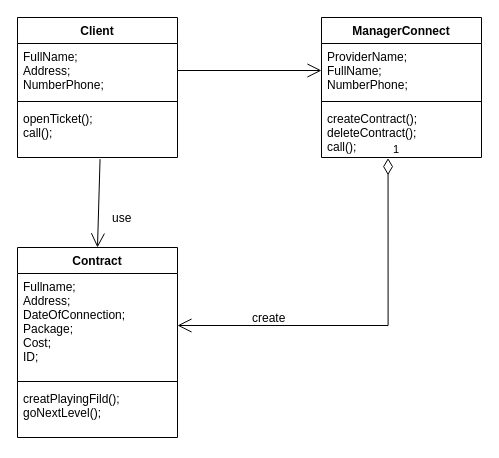
Before: UML-diagramm.drawio in Maks151702/Kyrsach_OOP, a draw.io diagram. Source tidied: cells renumbered, new cells numbered last; positions are measured from the earlier drawing's top-left corner, leaving out a move shared by most shapes. Both pictures are drawn from the tidied source at 100%, with x=0, y=0 at pixel (17, 17).
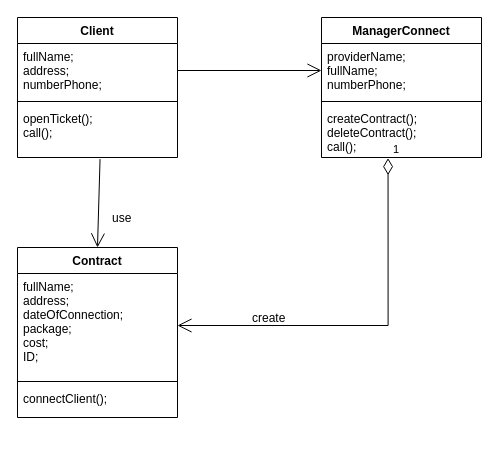
Above is the later version.

What changed in the source:
```diff
@@
 <mxGraphModel>
   <root>
     <mxCell id="0" />
     <mxCell id="1" parent="0" />
     <mxCell id="2" value="Contract" style="swimlane;fontStyle=1;align=center;verticalAlign=top;horizontal=1;startSize=26;" parent="1" vertex="1">
-      <mxGeometry y="230" width="160" height="190" as="geometry" />
+      <mxGeometry y="230" width="160" height="170" as="geometry" />
     </mxCell>
-    <mxCell id="3" value="Fullname;&#10;Address;&#10;DateOfConnection;&#10;Package;&#10;Cost;&#10;ID;" style="text;strokeColor=none;fillColor=none;align=left;verticalAlign=top;spacingLeft=4;spacingRight=4;overflow=hidden;points=[[0,0.5],[1,0.5]];portConstraint=eastwest;" parent="2" vertex="1">
+    <mxCell id="3" value="fullName;&#10;address;&#10;dateOfConnection;&#10;package;&#10;cost;&#10;ID;" style="text;strokeColor=none;fillColor=none;align=left;verticalAlign=top;spacingLeft=4;spacingRight=4;overflow=hidden;points=[[0,0.5],[1,0.5]];portConstraint=eastwest;" parent="2" vertex="1">
       <mxGeometry y="26" width="160" height="104" as="geometry" />
     </mxCell>
     <mxCell id="4" style="line;strokeWidth=1;fillColor=none;align=left;verticalAlign=middle;spacingTop=-1;spacingLeft=3;spacingRight=3;labelPosition=right;" parent="2" vertex="1">
       <mxGeometry y="130" width="160" height="8" as="geometry" />
     </mxCell>
-    <mxCell id="5" value="creatPlayingFild();&#10;goNextLevel();&#10;" style="text;strokeColor=none;fillColor=none;align=left;verticalAlign=top;spacingLeft=4;spacingRight=4;overflow=hidden;" parent="2" vertex="1">
-      <mxGeometry y="138" width="160" height="52" as="geometry" />
+    <mxCell id="5" value="connectClient();" style="text;strokeColor=none;fillColor=none;align=left;verticalAlign=top;spacingLeft=4;spacingRight=4;overflow=hidden;" parent="2" vertex="1">
+      <mxGeometry y="138" width="160" height="32" as="geometry" />
     </mxCell>
     <mxCell id="6" value="Client" style="swimlane;fontStyle=1;align=center;verticalAlign=top;horizontal=1;startSize=26;" parent="1" vertex="1">
       <mxGeometry width="160" height="140" as="geometry" />
     </mxCell>
-    <mxCell id="7" value="FullName;&#10;Address;&#10;NumberPhone;" style="text;strokeColor=none;fillColor=none;align=left;verticalAlign=top;spacingLeft=4;spacingRight=4;overflow=hidden;points=[[0,0.5],[1,0.5]];portConstraint=eastwest;" parent="6" vertex="1">
+    <mxCell id="7" value="fullName;&#10;address;&#10;numberPhone;" style="text;strokeColor=none;fillColor=none;align=left;verticalAlign=top;spacingLeft=4;spacingRight=4;overflow=hidden;points=[[0,0.5],[1,0.5]];portConstraint=eastwest;" parent="6" vertex="1">
       <mxGeometry y="26" width="160" height="54" as="geometry" />
     </mxCell>
     <mxCell id="8" style="line;strokeWidth=1;fillColor=none;align=left;verticalAlign=middle;spacingTop=-1;spacingLeft=3;spacingRight=3;labelPosition=right;" parent="6" vertex="1">
       <mxGeometry y="80" width="160" height="8" as="geometry" />
     </mxCell>
     <mxCell id="9" value="openTicket();&#10;call();" style="text;strokeColor=none;fillColor=none;align=left;verticalAlign=top;spacingLeft=4;spacingRight=4;overflow=hidden;points=[[0,0.5],[1,0.5]];portConstraint=eastwest;" parent="6" vertex="1">
       <mxGeometry y="88" width="160" height="52" as="geometry" />
     </mxCell>
     <mxCell id="10" value="ManagerConnect" style="swimlane;fontStyle=1;align=center;verticalAlign=top;horizontal=1;startSize=26;" parent="1" vertex="1">
       <mxGeometry x="304" width="160" height="140" as="geometry" />
     </mxCell>
-    <mxCell id="11" value="ProviderName;&#10;FullName;&#10;NumberPhone;" style="text;strokeColor=none;fillColor=none;align=left;verticalAlign=top;spacingLeft=4;spacingRight=4;overflow=hidden;points=[[0,0.5],[1,0.5]];portConstraint=eastwest;" parent="10" vertex="1">
+    <mxCell id="11" value="providerName;&#10;fullName;&#10;numberPhone;" style="text;strokeColor=none;fillColor=none;align=left;verticalAlign=top;spacingLeft=4;spacingRight=4;overflow=hidden;points=[[0,0.5],[1,0.5]];portConstraint=eastwest;" parent="10" vertex="1">
       <mxGeometry y="26" width="160" height="54" as="geometry" />
     </mxCell>
     <mxCell id="12" style="line;strokeWidth=1;fillColor=none;align=left;verticalAlign=middle;spacingTop=-1;spacingLeft=3;spacingRight=3;labelPosition=right;" parent="10" vertex="1">
       <mxGeometry y="80" width="160" height="8" as="geometry" />
     </mxCell>
     <mxCell id="13" value="createContract();&#10;deleteContract();&#10;call();" style="text;strokeColor=none;fillColor=none;align=left;verticalAlign=top;spacingLeft=4;spacingRight=4;overflow=hidden;points=[[0,0.5],[1,0.5]];portConstraint=eastwest;" parent="10" vertex="1">
       <mxGeometry y="88" width="160" height="52" as="geometry" />
     </mxCell>
     <mxCell id="14" value="1" style="endArrow=open;html=1;endSize=12;startArrow=diamondThin;startSize=14;startFill=0;edgeStyle=orthogonalEdgeStyle;align=left;verticalAlign=bottom;rounded=0;exitX=0.416;exitY=1.012;exitDx=0;exitDy=0;exitPerimeter=0;entryX=1;entryY=0.5;entryDx=0;entryDy=0;" parent="1" edge="1" source="13" target="3">
       <mxGeometry x="-1" y="3" relative="1" as="geometry" />
     </mxCell>
     <mxCell id="15" value="&lt;br&gt;create" style="text;html=1;strokeColor=none;fillColor=none;spacing=5;spacingTop=-20;whiteSpace=wrap;overflow=hidden;rounded=0;" parent="1" vertex="1">
       <mxGeometry x="230" y="290" width="50" height="20" as="geometry" />
     </mxCell>
     <mxCell id="16" style="endArrow=open;endFill=1;endSize=12;html=1;rounded=0;entryX=0.5;entryY=0;entryDx=0;entryDy=0;exitX=0.516;exitY=1.031;exitDx=0;exitDy=0;exitPerimeter=0;" parent="1" edge="1" source="9" target="2">
       <mxGeometry relative="1" as="geometry" />
     </mxCell>
     <mxCell id="17" value="&lt;br&gt;use" style="text;html=1;strokeColor=none;fillColor=none;spacing=5;spacingTop=-20;whiteSpace=wrap;overflow=hidden;rounded=0;" parent="1" vertex="1">
       <mxGeometry x="90" y="190" width="50" height="20" as="geometry" />
     </mxCell>
     <mxCell id="18" style="endArrow=open;endFill=1;endSize=12;html=1;rounded=0;exitX=1;exitY=0.5;exitDx=0;exitDy=0;entryX=0;entryY=0.5;entryDx=0;entryDy=0;" parent="1" edge="1" source="7" target="11">
       <mxGeometry relative="1" as="geometry" />
     </mxCell>
   </root>
 </mxGraphModel>
```
